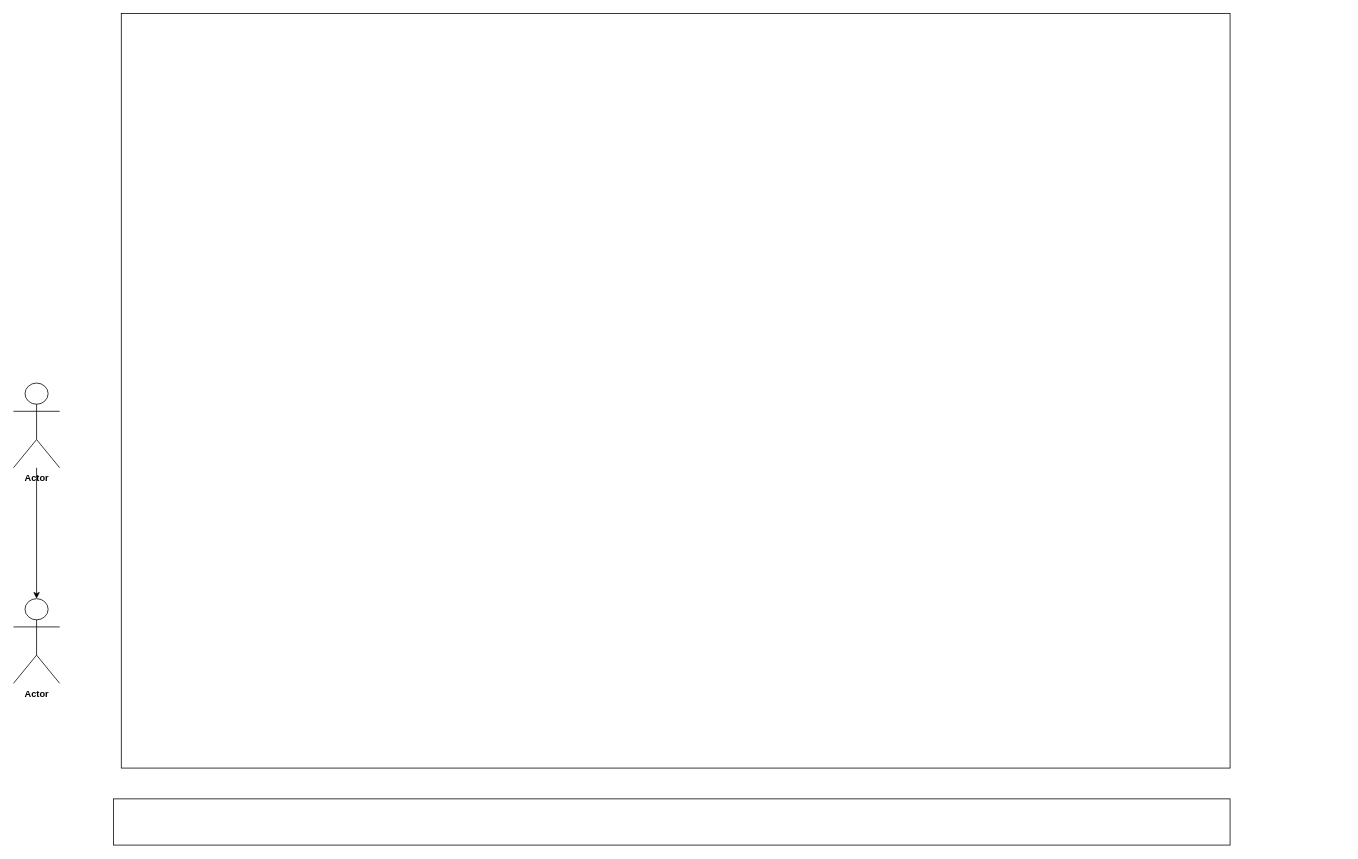
Sumanth-Siddareddy/Enterprise-Resource-Planning keeps this draw.io diagram as Untitled Diagram.drawio. Above is the earlier version. Source tidied: cells renumbered, new cells numbered last; positions are measured from the earlier drawing's top-left corner, leaving out a move shared by most shapes. Both pictures are drawn from the tidied source at 77%, with x=0, y=0 at pixel (13, 13).
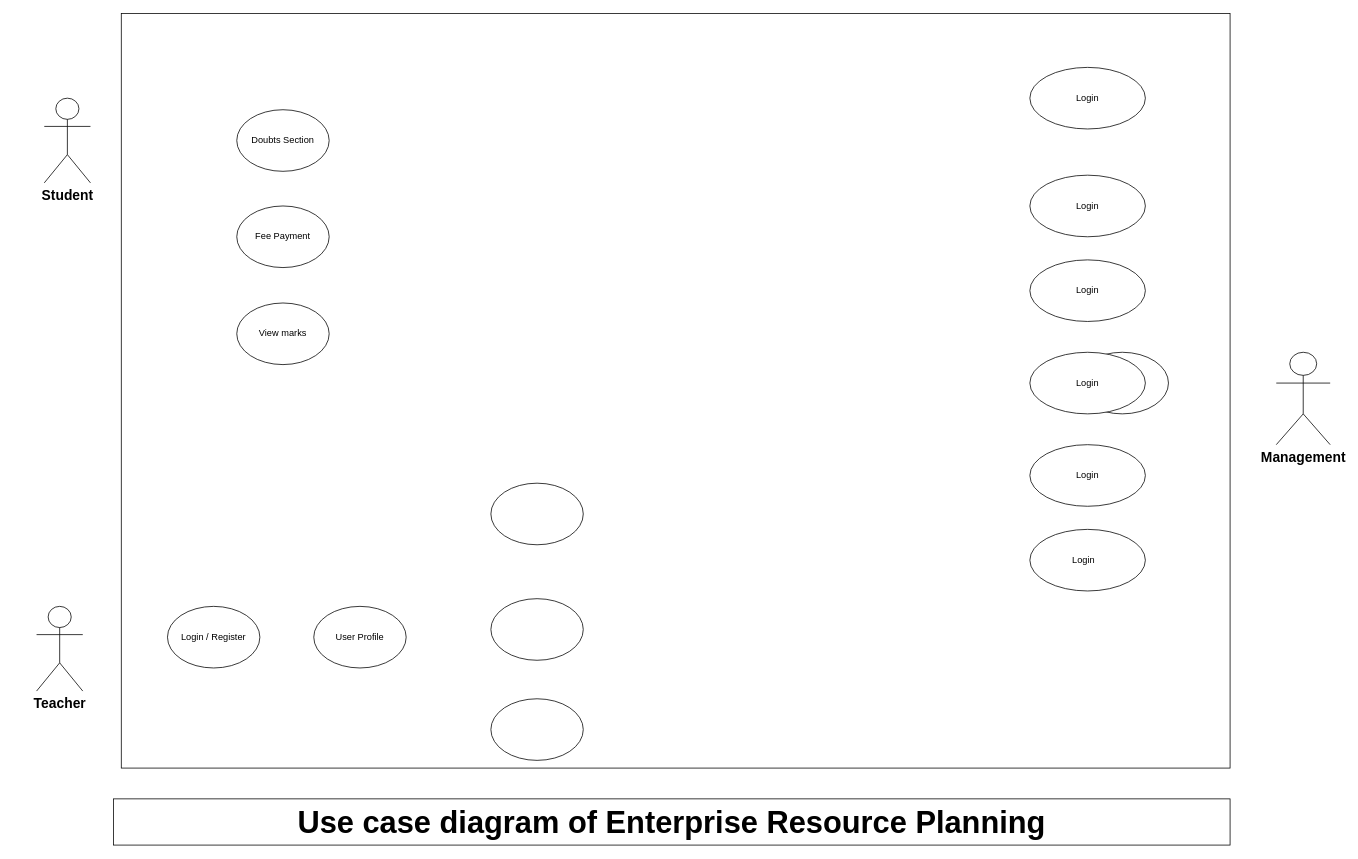
Above is the later version.

What changed in the source:
```diff
@@
-    <mxCell id="3" style="rounded=0;whiteSpace=wrap;html=1;strokeColor=#000000;" parent="1" vertex="1">
+    <mxCell id="3" value="Use case diagram of Enterprise Resource Planning" style="rounded=0;whiteSpace=wrap;html=1;strokeColor=#000000;fontStyle=1;fontSize=40;" parent="1" vertex="1">
       <mxGeometry x="130" y="1020" width="1450" height="60" as="geometry" />
     </mxCell>
-    <mxCell id="4" style="edgeStyle=orthogonalEdgeStyle;rounded=0;jettySize=auto;html=1;" parent="1" edge="1" source="5" target="6">
-      <mxGeometry relative="1" as="geometry" />
-    </mxCell>
-    <mxCell id="5" value="Actor" style="shape=umlActor;verticalLabelPosition=bottom;verticalAlign=top;html=1;outlineConnect=0;fontStyle=1;labelBackgroundColor=none;" parent="1" vertex="1">
-      <mxGeometry y="480" width="60" height="110" as="geometry" />
+    <mxCell id="5" value="Student" style="shape=umlActor;verticalLabelPosition=bottom;verticalAlign=top;html=1;outlineConnect=0;fontStyle=1;labelBackgroundColor=none;fontSize=18;" parent="1" vertex="1">
+      <mxGeometry x="40" y="110" width="60" height="110" as="geometry" />
     </mxCell>
-    <mxCell id="6" value="Actor" style="shape=umlActor;verticalLabelPosition=bottom;verticalAlign=top;html=1;outlineConnect=0;fontStyle=1;labelBackgroundColor=none;" parent="1" vertex="1">
-      <mxGeometry y="760" width="60" height="110" as="geometry" />
+    <mxCell id="6" value="Teacher" style="shape=umlActor;verticalLabelPosition=bottom;verticalAlign=top;html=1;outlineConnect=0;fontStyle=1;labelBackgroundColor=none;fontSize=18;" parent="1" vertex="1">
+      <mxGeometry x="30" y="770" width="60" height="110" as="geometry" />
     </mxCell>
+    <mxCell id="7" value="Management" style="shape=umlActor;verticalLabelPosition=bottom;verticalAlign=top;html=1;fontSize=18;fontStyle=1;" parent="1" vertex="1">
+      <mxGeometry x="1640" y="440" width="70" height="120" as="geometry" />
+    </mxCell>
+    <mxCell id="8" style="ellipse;whiteSpace=wrap;html=1;" parent="1" vertex="1">
+      <mxGeometry x="1320" y="70" width="150" height="80" as="geometry" />
+    </mxCell>
+    <mxCell id="9" value="Doubts Section" style="ellipse;whiteSpace=wrap;html=1;" parent="1" vertex="1">
+      <mxGeometry x="290" y="125" width="120" height="80" as="geometry" />
+    </mxCell>
+    <mxCell id="10" style="ellipse;whiteSpace=wrap;html=1;" parent="1" vertex="1">
+      <mxGeometry x="1320" y="210" width="150" height="80" as="geometry" />
+    </mxCell>
+    <mxCell id="11" style="ellipse;whiteSpace=wrap;html=1;" parent="1" vertex="1">
+      <mxGeometry x="1380" y="440" width="120" height="80" as="geometry" />
+    </mxCell>
+    <mxCell id="12" style="ellipse;whiteSpace=wrap;html=1;" parent="1" vertex="1">
+      <mxGeometry x="1320" y="320" width="150" height="80" as="geometry" />
+    </mxCell>
+    <mxCell id="13" value="Login / Register" style="ellipse;whiteSpace=wrap;html=1;" parent="1" vertex="1">
+      <mxGeometry x="200" y="770" width="120" height="80" as="geometry" />
+    </mxCell>
+    <mxCell id="14" value="Fee Payment" style="ellipse;whiteSpace=wrap;html=1;" parent="1" vertex="1">
+      <mxGeometry x="290" y="250" width="120" height="80" as="geometry" />
+    </mxCell>
+    <mxCell id="15" style="ellipse;whiteSpace=wrap;html=1;" parent="1" vertex="1">
+      <mxGeometry x="1320" y="440" width="150" height="80" as="geometry" />
+    </mxCell>
+    <mxCell id="16" value="View marks" style="ellipse;whiteSpace=wrap;html=1;" parent="1" vertex="1">
+      <mxGeometry x="290" y="376" width="120" height="80" as="geometry" />
+    </mxCell>
+    <mxCell id="17" value="User Profile" style="ellipse;whiteSpace=wrap;html=1;" parent="1" vertex="1">
+      <mxGeometry x="390" y="770" width="120" height="80" as="geometry" />
+    </mxCell>
+    <mxCell id="18" style="ellipse;whiteSpace=wrap;html=1;" parent="1" vertex="1">
+      <mxGeometry x="1320" y="560" width="150" height="80" as="geometry" />
+    </mxCell>
+    <mxCell id="19" style="ellipse;whiteSpace=wrap;html=1;" parent="1" vertex="1">
+      <mxGeometry x="620" y="610" width="120" height="80" as="geometry" />
+    </mxCell>
+    <mxCell id="20" style="ellipse;whiteSpace=wrap;html=1;" parent="1" vertex="1">
+      <mxGeometry x="1320" y="670" width="150" height="80" as="geometry" />
+    </mxCell>
+    <mxCell id="21" style="ellipse;whiteSpace=wrap;html=1;" parent="1" vertex="1">
+      <mxGeometry x="620" y="760" width="120" height="80" as="geometry" />
+    </mxCell>
+    <mxCell id="22" value="Login" style="text;html=1;align=center;verticalAlign=middle;whiteSpace=wrap;rounded=0;" parent="1" vertex="1">
+      <mxGeometry x="1365" y="95" width="60" height="30" as="geometry" />
+    </mxCell>
+    <mxCell id="23" style="ellipse;whiteSpace=wrap;html=1;" parent="1" vertex="1">
+      <mxGeometry x="620" y="890" width="120" height="80" as="geometry" />
+    </mxCell>
+    <mxCell id="24" value="Login" style="text;html=1;align=center;verticalAlign=middle;whiteSpace=wrap;rounded=0;" parent="1" vertex="1">
+      <mxGeometry x="1365" y="235" width="60" height="30" as="geometry" />
+    </mxCell>
+    <mxCell id="25" value="Login" style="text;html=1;align=center;verticalAlign=middle;whiteSpace=wrap;rounded=0;" parent="1" vertex="1">
+      <mxGeometry x="1365" y="345" width="60" height="30" as="geometry" />
+    </mxCell>
+    <mxCell id="26" value="Login" style="text;html=1;align=center;verticalAlign=middle;whiteSpace=wrap;rounded=0;" parent="1" vertex="1">
+      <mxGeometry x="1365" y="465" width="60" height="30" as="geometry" />
+    </mxCell>
+    <mxCell id="27" value="Login" style="text;html=1;align=center;verticalAlign=middle;whiteSpace=wrap;rounded=0;" parent="1" vertex="1">
+      <mxGeometry x="1365" y="585" width="60" height="30" as="geometry" />
+    </mxCell>
+    <mxCell id="28" value="Login" style="text;html=1;align=center;verticalAlign=middle;whiteSpace=wrap;rounded=0;" parent="1" vertex="1">
+      <mxGeometry x="1360" y="695" width="60" height="30" as="geometry" />
+    </mxCell>
```
